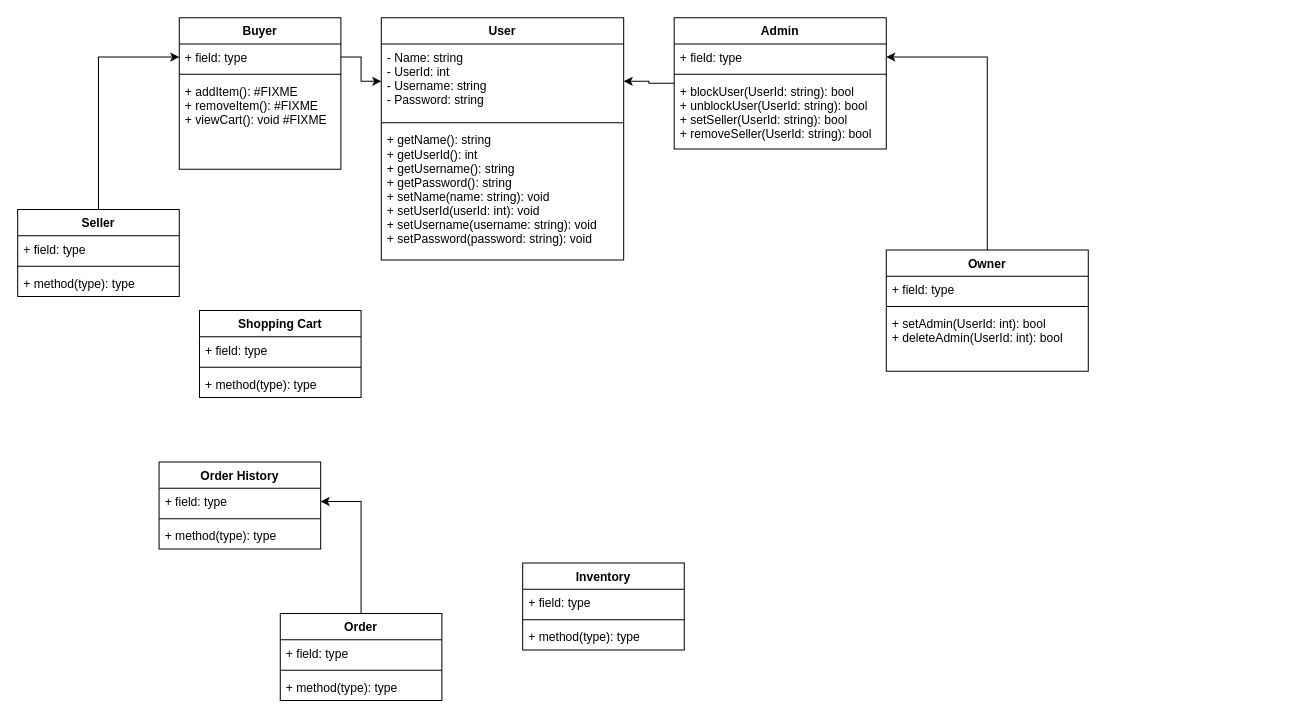
Earlier version of the draw.io diagram Class_Diagram.drawio (adl409/SE-project-Group-5). Source tidied: cells renumbered, new cells numbered last; positions are measured from the earlier drawing's top-left corner, leaving out a move shared by most shapes. Both pictures are drawn from the tidied source at 101%, with x=0, y=0 at pixel (17, 17).
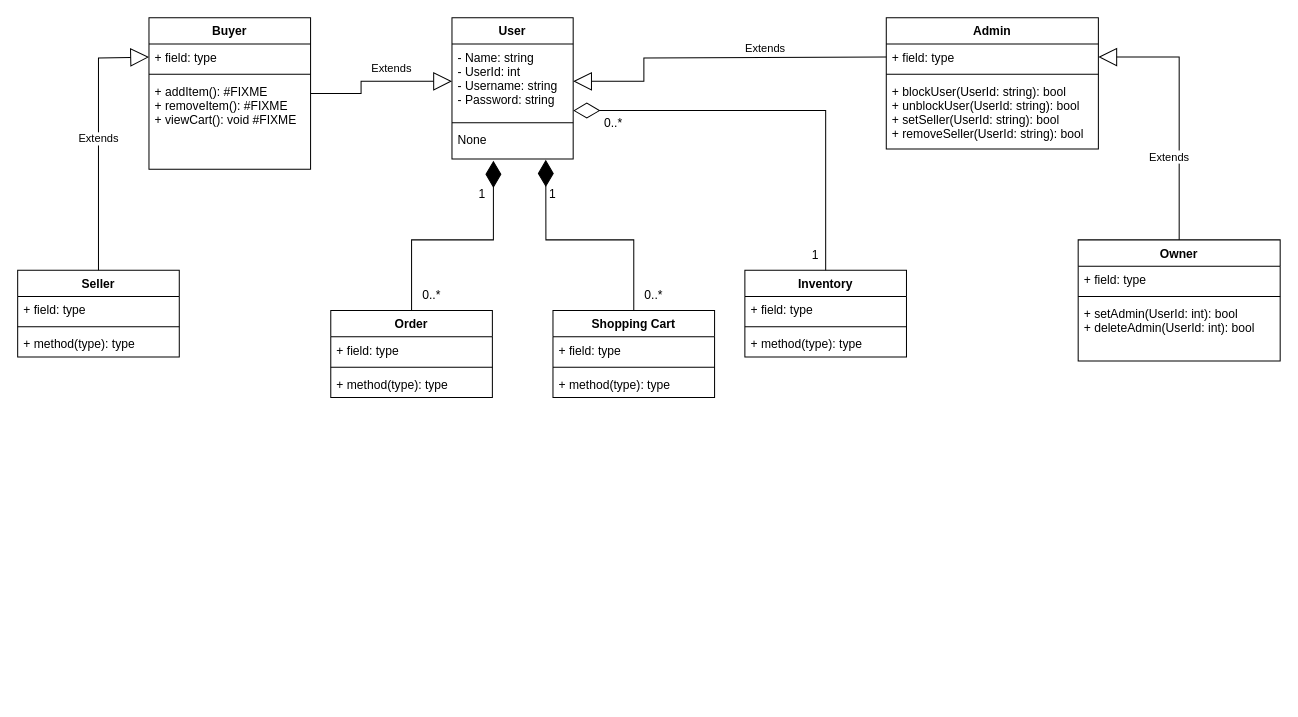
The same diagram, later.

Commit message:
Removed getters and setter; Linked classes

Unchanged cells that the change refers to:
```xml
<mxCell id="8" value="+ field: type" style="text;strokeColor=none;fillColor=none;align=left;verticalAlign=top;spacingLeft=4;spacingRight=4;overflow=hidden;points=[[0,0.5],[1,0.5]];portConstraint=eastwest;" parent="7" vertex="1">
  <mxGeometry y="26" width="210" height="26" as="geometry" />
</mxCell>
<mxCell id="16" value="+ field: type" style="text;strokeColor=none;fillColor=none;align=left;verticalAlign=top;spacingLeft=4;spacingRight=4;overflow=hidden;points=[[0,0.5],[1,0.5]];portConstraint=eastwest;" parent="15" vertex="1">
  <mxGeometry y="26" width="160" height="26" as="geometry" />
</mxCell>
```

The edit, as a diff of the source:
```diff
@@
     <mxCell id="2" value="User" style="swimlane;fontStyle=1;align=center;verticalAlign=top;horizontal=1;startSize=26;" parent="1" vertex="1">
-      <mxGeometry x="360" width="240" height="240" as="geometry" />
+      <mxGeometry x="430" width="120" height="140" as="geometry" />
     </mxCell>
     <mxCell id="3" value="- Name: string&#10;- UserId: int&#10;- Username: string&#10;- Password: string" style="text;strokeColor=none;fillColor=none;align=left;verticalAlign=top;spacingLeft=4;spacingRight=4;overflow=hidden;points=[[0,0.5],[1,0.5]];portConstraint=eastwest;" parent="2" vertex="1">
-      <mxGeometry y="26" width="240" height="74" as="geometry" />
+      <mxGeometry y="26" width="120" height="74" as="geometry" />
     </mxCell>
     <mxCell id="4" style="line;strokeWidth=1;fillColor=none;align=left;verticalAlign=middle;spacingTop=-1;spacingLeft=3;spacingRight=3;labelPosition=right;strokeColor=inherit;" parent="2" vertex="1">
-      <mxGeometry y="100" width="240" height="8" as="geometry" />
+      <mxGeometry y="100" width="120" height="8" as="geometry" />
     </mxCell>
-    <mxCell id="5" value="+ getName(): string&#10;+ getUserId(): int&#10;+ getUsername(): string&#10;+ getPassword(): string&#10;+ setName(name: string): void&#10;+ setUserId(userId: int): void&#10;+ setUsername(username: string): void&#10;+ setPassword(password: string): void" style="text;strokeColor=none;fillColor=none;align=left;verticalAlign=top;spacingLeft=4;spacingRight=4;overflow=hidden;points=[[0,0.5],[1,0.5]];portConstraint=eastwest;" parent="2" vertex="1">
-      <mxGeometry y="108" width="240" height="132" as="geometry" />
+    <mxCell id="5" value="None" style="text;strokeColor=none;fillColor=none;align=left;verticalAlign=top;spacingLeft=4;spacingRight=4;overflow=hidden;points=[[0,0.5],[1,0.5]];portConstraint=eastwest;" parent="2" vertex="1">
+      <mxGeometry y="108" width="120" height="32" as="geometry" />
     </mxCell>
-    <mxCell id="6" style="edgeStyle=orthogonalEdgeStyle;rounded=0;jettySize=auto;html=1;exitX=0;exitY=0.5;exitDx=0;exitDy=0;entryX=1;entryY=0.5;entryDx=0;entryDy=0;" parent="1" edge="1" source="7" target="3">
-      <mxGeometry relative="1" as="geometry" />
-    </mxCell>
     <mxCell id="7" value="Admin" style="swimlane;fontStyle=1;align=center;verticalAlign=top;horizontal=1;startSize=26;" parent="1" vertex="1">
-      <mxGeometry x="650" width="210" height="130" as="geometry" />
+      <mxGeometry x="860" width="210" height="130" as="geometry" />
     </mxCell>
@@
     <mxCell id="11" value="Shopping Cart" style="swimlane;fontStyle=1;align=center;verticalAlign=top;horizontal=1;startSize=26;" parent="1" vertex="1">
-      <mxGeometry x="180" y="290" width="160" height="86" as="geometry" />
+      <mxGeometry x="530" y="290" width="160" height="86" as="geometry" />
     </mxCell>
@@
     <mxCell id="15" value="Buyer" style="swimlane;fontStyle=1;align=center;verticalAlign=top;horizontal=1;startSize=26;" parent="1" vertex="1">
-      <mxGeometry x="160" width="160" height="150" as="geometry" />
+      <mxGeometry x="130" width="160" height="150" as="geometry" />
     </mxCell>
@@
-    <mxCell id="19" style="edgeStyle=orthogonalEdgeStyle;rounded=0;jettySize=auto;html=1;exitX=0.5;exitY=0;exitDx=0;exitDy=0;entryX=0;entryY=0.5;entryDx=0;entryDy=0;" parent="1" edge="1" source="20" target="16">
-      <mxGeometry relative="1" as="geometry" />
-    </mxCell>
     <mxCell id="20" value="Seller" style="swimlane;fontStyle=1;align=center;verticalAlign=top;horizontal=1;startSize=26;" parent="1" vertex="1">
-      <mxGeometry y="190" width="160" height="86" as="geometry" />
+      <mxGeometry y="250" width="160" height="86" as="geometry" />
     </mxCell>
@@
-    <mxCell id="24" style="edgeStyle=orthogonalEdgeStyle;rounded=0;jettySize=auto;html=1;exitX=0.5;exitY=0;exitDx=0;exitDy=0;entryX=1;entryY=0.5;entryDx=0;entryDy=0;" parent="1" edge="1" source="25" target="8">
-      <mxGeometry relative="1" as="geometry" />
-    </mxCell>
     <mxCell id="25" value="Owner&#10;" style="swimlane;fontStyle=1;align=center;verticalAlign=top;horizontal=1;startSize=26;" parent="1" vertex="1">
-      <mxGeometry x="860" y="230" width="200" height="120" as="geometry" />
+      <mxGeometry x="1050" y="220" width="200" height="120" as="geometry" />
     </mxCell>
@@
     <mxCell id="29" value="Inventory&#10;" style="swimlane;fontStyle=1;align=center;verticalAlign=top;horizontal=1;startSize=26;" parent="1" vertex="1">
-      <mxGeometry x="500" y="540" width="160" height="86" as="geometry" />
+      <mxGeometry x="720" y="250" width="160" height="86" as="geometry" />
     </mxCell>
@@
-    <mxCell id="33" value="Order History" style="swimlane;fontStyle=1;align=center;verticalAlign=top;horizontal=1;startSize=26;" parent="1" vertex="1">
-      <mxGeometry x="140" y="440" width="160" height="86" as="geometry" />
-    </mxCell>
-    <mxCell id="34" value="+ field: type" style="text;strokeColor=none;fillColor=none;align=left;verticalAlign=top;spacingLeft=4;spacingRight=4;overflow=hidden;points=[[0,0.5],[1,0.5]];portConstraint=eastwest;" parent="33" vertex="1">
-      <mxGeometry y="26" width="160" height="26" as="geometry" />
-    </mxCell>
-    <mxCell id="35" style="line;strokeWidth=1;fillColor=none;align=left;verticalAlign=middle;spacingTop=-1;spacingLeft=3;spacingRight=3;labelPosition=right;strokeColor=inherit;" parent="33" vertex="1">
-      <mxGeometry y="52" width="160" height="8" as="geometry" />
-    </mxCell>
-    <mxCell id="36" value="+ method(type): type" style="text;strokeColor=none;fillColor=none;align=left;verticalAlign=top;spacingLeft=4;spacingRight=4;overflow=hidden;" parent="33" vertex="1">
-      <mxGeometry y="60" width="160" height="26" as="geometry" />
-    </mxCell>
-    <mxCell id="37" style="edgeStyle=orthogonalEdgeStyle;rounded=0;jettySize=auto;html=1;exitX=0.5;exitY=0;exitDx=0;exitDy=0;entryX=1;entryY=0.5;entryDx=0;entryDy=0;" parent="1" edge="1" source="38" target="34">
-      <mxGeometry relative="1" as="geometry" />
-    </mxCell>
     <mxCell id="38" value="Order&#10;" style="swimlane;fontStyle=1;align=center;verticalAlign=top;horizontal=1;startSize=26;" parent="1" vertex="1">
-      <mxGeometry x="260" y="590" width="160" height="86" as="geometry" />
+      <mxGeometry x="310" y="290" width="160" height="86" as="geometry" />
     </mxCell>
@@
-    <mxCell id="42" style="edgeStyle=orthogonalEdgeStyle;rounded=0;jettySize=auto;html=1;exitX=1;exitY=0.5;exitDx=0;exitDy=0;entryX=0;entryY=0.5;entryDx=0;entryDy=0;" parent="1" edge="1" source="16" target="3">
-      <mxGeometry relative="1" as="geometry" />
-    </mxCell>
+    <mxCell id="43" style="endArrow=diamondThin;endFill=1;endSize=24;html=1;rounded=0;exitX=0.5;exitY=0;exitDx=0;exitDy=0;entryX=0.774;entryY=1.022;entryDx=0;entryDy=0;entryPerimeter=0;" parent="1" edge="1" source="11" target="5">
+      <mxGeometry relative="1" as="geometry">
+        <Array as="points">
+          <mxPoint x="610" y="220" />
+          <mxPoint x="523" y="220" />
+        </Array>
+      </mxGeometry>
+    </mxCell>
+    <mxCell id="44" value="Extends" style="endArrow=block;endSize=16;endFill=0;html=1;rounded=0;exitX=1;exitY=0.5;exitDx=0;exitDy=0;entryX=0;entryY=0.5;entryDx=0;entryDy=0;" parent="1" edge="1" source="15" target="3">
+      <mxGeometry x="0.21" y="13" relative="1" as="geometry">
+        <Array as="points">
+          <mxPoint x="340" y="75" />
+          <mxPoint x="340" y="63" />
+        </Array>
+      </mxGeometry>
+    </mxCell>
+    <mxCell id="24" value="Extends" style="endArrow=block;endSize=16;endFill=0;html=1;rounded=0;exitX=0.5;exitY=0;exitDx=0;exitDy=0;entryX=1;entryY=0.5;entryDx=0;entryDy=0;" parent="1" edge="1" source="25" target="8">
+      <mxGeometry x="-0.37" y="10" relative="1" as="geometry">
+        <Array as="points">
+          <mxPoint x="1150" y="180" />
+          <mxPoint x="1150" y="39" />
+        </Array>
+      </mxGeometry>
+    </mxCell>
+    <mxCell id="45" value="Extends" style="endArrow=block;endSize=16;endFill=0;html=1;rounded=0;exitX=0;exitY=0.5;exitDx=0;exitDy=0;entryX=1;entryY=0.5;entryDx=0;entryDy=0;" parent="1" edge="1" source="8" target="3">
+      <mxGeometry x="-0.28" y="-10" relative="1" as="geometry">
+        <Array as="points">
+          <mxPoint x="620" y="40" />
+          <mxPoint x="620" y="63" />
+        </Array>
+      </mxGeometry>
+    </mxCell>
+    <mxCell id="19" value="Extends" style="endArrow=block;endSize=16;endFill=0;html=1;rounded=0;exitX=0.5;exitY=0;exitDx=0;exitDy=0;entryX=0;entryY=0.5;entryDx=0;entryDy=0;" parent="1" edge="1" source="20" target="16">
+      <mxGeometry relative="1" as="geometry">
+        <Array as="points">
+          <mxPoint x="80" y="40" />
+        </Array>
+      </mxGeometry>
+    </mxCell>
+    <mxCell id="46" style="endArrow=diamondThin;endFill=1;endSize=24;html=1;rounded=0;exitX=0.5;exitY=0;exitDx=0;exitDy=0;entryX=0.342;entryY=1.051;entryDx=0;entryDy=0;entryPerimeter=0;" parent="1" edge="1" source="38" target="5">
+      <mxGeometry relative="1" as="geometry">
+        <Array as="points">
+          <mxPoint x="390" y="220" />
+          <mxPoint x="471" y="220" />
+        </Array>
+      </mxGeometry>
+    </mxCell>
+    <mxCell id="47" value="0..*" style="text;strokeColor=none;align=center;fillColor=none;html=1;verticalAlign=middle;whiteSpace=wrap;rounded=0;" parent="1" vertex="1">
+      <mxGeometry x="380" y="260" width="60" height="30" as="geometry" />
+    </mxCell>
+    <mxCell id="48" value="1" style="text;strokeColor=none;align=center;fillColor=none;html=1;verticalAlign=middle;whiteSpace=wrap;rounded=0;" parent="1" vertex="1">
+      <mxGeometry x="430" y="160" width="60" height="30" as="geometry" />
+    </mxCell>
+    <mxCell id="49" value="1" style="text;strokeColor=none;align=center;fillColor=none;html=1;verticalAlign=middle;whiteSpace=wrap;rounded=0;" parent="1" vertex="1">
+      <mxGeometry x="500" y="160" width="60" height="30" as="geometry" />
+    </mxCell>
+    <mxCell id="50" value="0..*" style="text;strokeColor=none;align=center;fillColor=none;html=1;verticalAlign=middle;whiteSpace=wrap;rounded=0;" parent="1" vertex="1">
+      <mxGeometry x="600" y="260" width="60" height="30" as="geometry" />
+    </mxCell>
+    <mxCell id="51" style="endArrow=diamondThin;endFill=0;endSize=24;html=1;rounded=0;exitX=0.5;exitY=0;exitDx=0;exitDy=0;" parent="1" edge="1" source="29">
+      <mxGeometry relative="1" as="geometry">
+        <mxPoint x="550" y="92" as="targetPoint" />
+        <Array as="points">
+          <mxPoint x="800" y="92" />
+        </Array>
+      </mxGeometry>
+    </mxCell>
+    <mxCell id="52" value="1" style="text;strokeColor=none;align=center;fillColor=none;html=1;verticalAlign=middle;whiteSpace=wrap;rounded=0;" parent="1" vertex="1">
+      <mxGeometry x="760" y="220" width="60" height="30" as="geometry" />
+    </mxCell>
+    <mxCell id="53" value="0..*" style="text;strokeColor=none;align=center;fillColor=none;html=1;verticalAlign=middle;whiteSpace=wrap;rounded=0;" parent="1" vertex="1">
+      <mxGeometry x="560" y="90" width="60" height="30" as="geometry" />
+    </mxCell>
```
